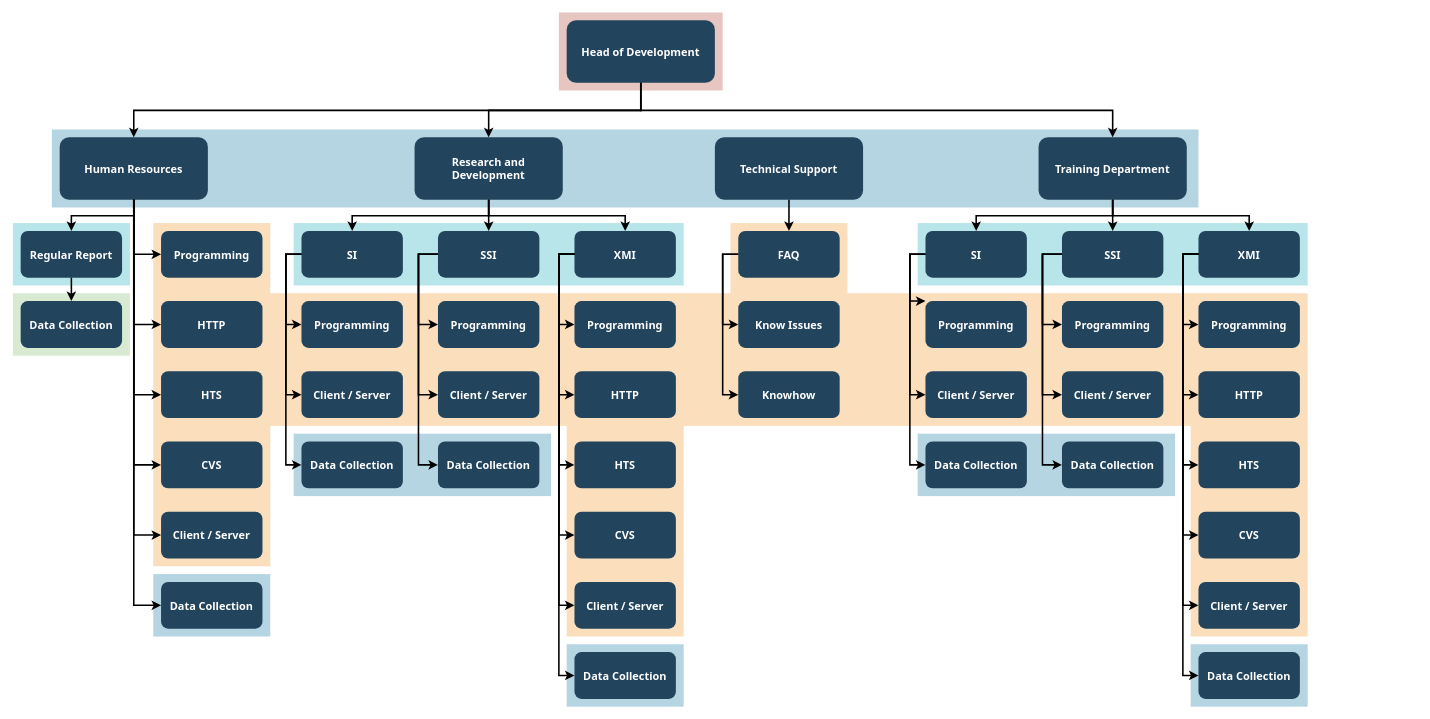
Earlier version of the draw.io diagram Untitled Diagram.drawio (axlshezard/bases-de-datos). Source tidied: cells renumbered, new cells numbered last; positions are measured from the earlier drawing's top-left corner, leaving out a move shared by most shapes. Both pictures are drawn from the tidied source at 78%, with x=0, y=0 at pixel (12, 12).
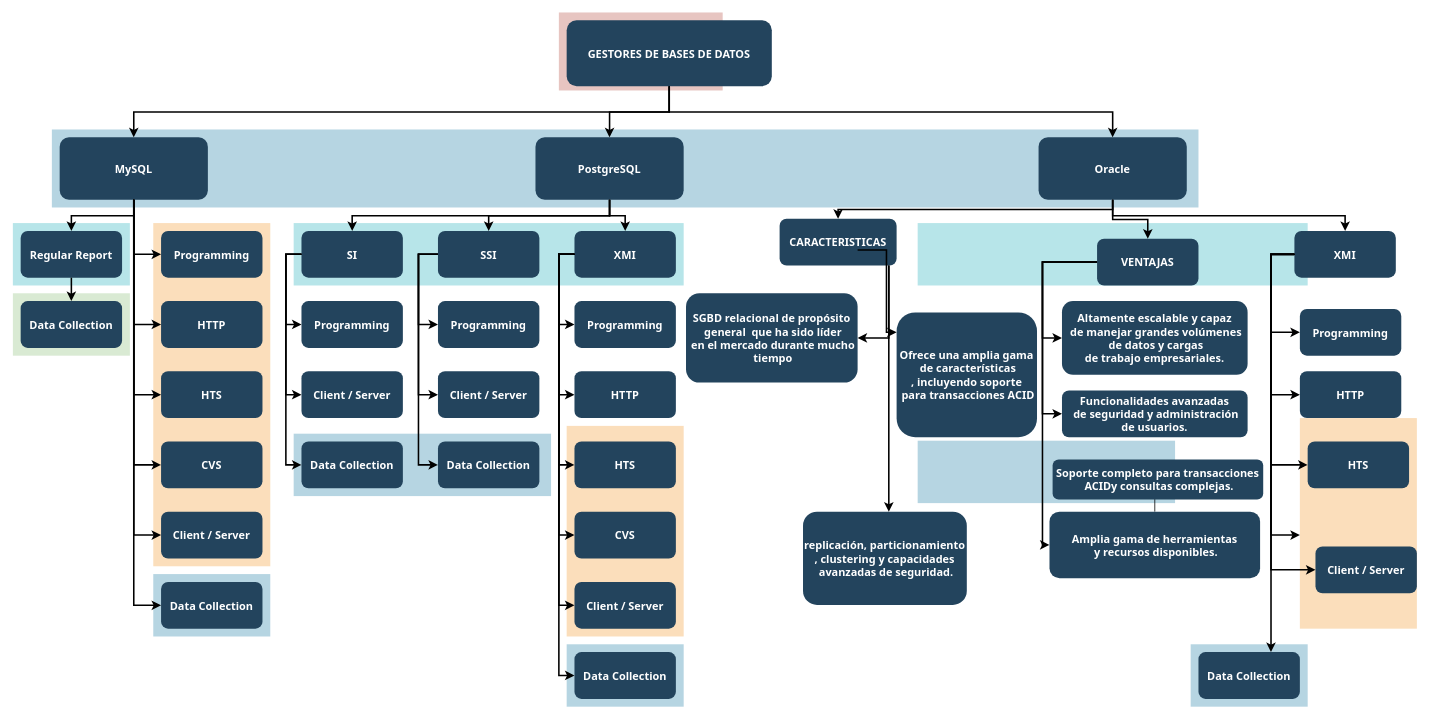
Above is the later version.

The change refers to these unchanged cells:
```xml
<mxCell id="64" value="Data Collection" style="rounded=1;fillColor=#23445D;gradientColor=none;strokeColor=none;fontColor=#FFFFFF;fontStyle=1;fontFamily=Tahoma;fontSize=14;" parent="1" vertex="1">
  <mxGeometry x="1520" y="819.5" width="130" height="60" as="geometry" />
</mxCell>
```

What changed in the source:
```diff
@@
     <mxCell id="4" style="fillColor=#F2931E;strokeColor=none;opacity=30;" parent="1" vertex="1">
-      <mxGeometry x="1510" y="529.5" width="150" height="270" as="geometry" />
+      <mxGeometry x="1650" y="519.5" width="150" height="270" as="geometry" />
     </mxCell>
-    <mxCell id="5" style="fillColor=#F2931E;strokeColor=none;opacity=30;" parent="1" vertex="1">
-      <mxGeometry x="920" y="269.5" width="150" height="90" as="geometry" />
-    </mxCell>
@@
-    <mxCell id="8" style="fillColor=#F2931E;strokeColor=none;opacity=30;" parent="1" vertex="1">
-      <mxGeometry x="330" y="359.5" width="1330" height="170" as="geometry" />
-    </mxCell>
@@
     <mxCell id="10" style="fillColor=#10739E;strokeColor=none;opacity=30;" parent="1" vertex="1">
-      <mxGeometry x="1160" y="539.5" width="330" height="80" as="geometry" />
+      <mxGeometry x="1160" y="548.5" width="330" height="80" as="geometry" />
     </mxCell>
@@
-    <mxCell id="18" value="Head of Development" style="rounded=1;fillColor=#23445D;gradientColor=none;strokeColor=none;fontColor=#FFFFFF;fontStyle=1;fontFamily=Tahoma;fontSize=14;" parent="1" vertex="1">
-      <mxGeometry x="710" y="9.5" width="190" height="80" as="geometry" />
+    <mxCell id="18" value="GESTORES DE BASES DE DATOS" style="rounded=1;fillColor=#23445D;gradientColor=none;strokeColor=none;fontColor=#FFFFFF;fontStyle=1;fontFamily=Tahoma;fontSize=14;" parent="1" vertex="1">
+      <mxGeometry x="710" y="9.5" width="263" height="84.5" as="geometry" />
     </mxCell>
-    <mxCell id="19" value="Training Department" style="rounded=1;fillColor=#23445D;gradientColor=none;strokeColor=none;fontColor=#FFFFFF;fontStyle=1;fontFamily=Tahoma;fontSize=14;" parent="1" vertex="1">
+    <mxCell id="19" value="Oracle" style="rounded=1;fillColor=#23445D;gradientColor=none;strokeColor=none;fontColor=#FFFFFF;fontStyle=1;fontFamily=Tahoma;fontSize=14;" parent="1" vertex="1">
       <mxGeometry x="1315" y="159.5" width="190" height="80" as="geometry" />
     </mxCell>
@@
-    <mxCell id="21" value="Technical Support" style="rounded=1;fillColor=#23445D;gradientColor=none;strokeColor=none;fontColor=#FFFFFF;fontStyle=1;fontFamily=Tahoma;fontSize=14;" parent="1" vertex="1">
-      <mxGeometry x="900" y="159.5" width="190" height="80" as="geometry" />
-    </mxCell>
-    <mxCell id="22" value="Research and &#10;Development" style="rounded=1;fillColor=#23445D;gradientColor=none;strokeColor=none;fontColor=#FFFFFF;fontStyle=1;fontFamily=Tahoma;fontSize=14;" parent="1" vertex="1">
-      <mxGeometry x="515" y="159.5" width="190" height="80" as="geometry" />
+    <mxCell id="22" value="PostgreSQL" style="rounded=1;fillColor=#23445D;gradientColor=none;strokeColor=none;fontColor=#FFFFFF;fontStyle=1;fontFamily=Tahoma;fontSize=14;" parent="1" vertex="1">
+      <mxGeometry x="670" y="159.5" width="190" height="80" as="geometry" />
     </mxCell>
-    <mxCell id="23" value="Human Resources" style="rounded=1;fillColor=#23445D;gradientColor=none;strokeColor=none;fontColor=#FFFFFF;fontStyle=1;fontFamily=Tahoma;fontSize=14;" parent="1" vertex="1">
+    <mxCell id="23" value="MySQL" style="rounded=1;fillColor=#23445D;gradientColor=none;strokeColor=none;fontColor=#FFFFFF;fontStyle=1;fontFamily=Tahoma;fontSize=14;" parent="1" vertex="1">
       <mxGeometry x="60" y="159.5" width="190" height="80" as="geometry" />
     </mxCell>
@@
-    <mxCell id="47" value="FAQ" style="rounded=1;fillColor=#23445D;gradientColor=none;strokeColor=none;fontColor=#FFFFFF;fontStyle=1;fontFamily=Tahoma;fontSize=14;" parent="1" vertex="1">
-      <mxGeometry x="930" y="279.5" width="130" height="60" as="geometry" />
-    </mxCell>
-    <mxCell id="48" value="Know Issues" style="rounded=1;fillColor=#23445D;gradientColor=none;strokeColor=none;fontColor=#FFFFFF;fontStyle=1;fontFamily=Tahoma;fontSize=14;" parent="1" vertex="1">
-      <mxGeometry x="930" y="369.5" width="130" height="60" as="geometry" />
-    </mxCell>
-    <mxCell id="49" value="Knowhow" style="rounded=1;fillColor=#23445D;gradientColor=none;strokeColor=none;fontColor=#FFFFFF;fontStyle=1;fontFamily=Tahoma;fontSize=14;" parent="1" vertex="1">
-      <mxGeometry x="930" y="459.5" width="130" height="60" as="geometry" />
-    </mxCell>
-    <mxCell id="50" value="SI" style="rounded=1;fillColor=#23445D;gradientColor=none;strokeColor=none;fontColor=#FFFFFF;fontStyle=1;fontFamily=Tahoma;fontSize=14;" parent="1" vertex="1">
-      <mxGeometry x="1170" y="279.5" width="130" height="60" as="geometry" />
+    <mxCell id="50" value="CARACTERISTICAS" style="rounded=1;fillColor=#23445D;gradientColor=none;strokeColor=none;fontColor=#FFFFFF;fontStyle=1;fontFamily=Tahoma;fontSize=14;" parent="1" vertex="1">
+      <mxGeometry x="983" y="264" width="150" height="60" as="geometry" />
     </mxCell>
-    <mxCell id="51" value="Programming" style="rounded=1;fillColor=#23445D;gradientColor=none;strokeColor=none;fontColor=#FFFFFF;fontStyle=1;fontFamily=Tahoma;fontSize=14;" parent="1" vertex="1">
-      <mxGeometry x="1170" y="369.5" width="130" height="60" as="geometry" />
+    <mxCell id="51" value="SGBD relacional de propósito&#10; general  que ha sido líder&#10; en el mercado durante mucho&#10; tiempo" style="rounded=1;fillColor=#23445D;gradientColor=none;strokeColor=none;fontColor=#FFFFFF;fontStyle=1;fontFamily=Tahoma;fontSize=14;" parent="1" vertex="1">
+      <mxGeometry x="863" y="359.5" width="220" height="114.5" as="geometry" />
     </mxCell>
-    <mxCell id="52" value="Client / Server" style="rounded=1;fillColor=#23445D;gradientColor=none;strokeColor=none;fontColor=#FFFFFF;fontStyle=1;fontFamily=Tahoma;fontSize=14;" parent="1" vertex="1">
-      <mxGeometry x="1170" y="459.5" width="130" height="60" as="geometry" />
+    <mxCell id="52" value="Ofrece una amplia gama&#10; de características&#10;, incluyendo soporte&#10; para transacciones ACID" style="rounded=1;fillColor=#23445D;gradientColor=none;strokeColor=none;fontColor=#FFFFFF;fontStyle=1;fontFamily=Tahoma;fontSize=14;" parent="1" vertex="1">
+      <mxGeometry x="1133" y="384" width="180" height="160" as="geometry" />
     </mxCell>
-    <mxCell id="53" value="Data Collection" style="rounded=1;fillColor=#23445D;gradientColor=none;strokeColor=none;fontColor=#FFFFFF;fontStyle=1;fontFamily=Tahoma;fontSize=14;" parent="1" vertex="1">
-      <mxGeometry x="1170" y="549.5" width="130" height="60" as="geometry" />
+    <mxCell id="53" value=" replicación, particionamiento&#10;, clustering y capacidades&#10; avanzadas de seguridad." style="rounded=1;fillColor=#23445D;gradientColor=none;strokeColor=none;fontColor=#FFFFFF;fontStyle=1;fontFamily=Tahoma;fontSize=14;" parent="1" vertex="1">
+      <mxGeometry x="1013" y="639.5" width="210" height="119.5" as="geometry" />
     </mxCell>
-    <mxCell id="54" value="SSI" style="rounded=1;fillColor=#23445D;gradientColor=none;strokeColor=none;fontColor=#FFFFFF;fontStyle=1;fontFamily=Tahoma;fontSize=14;" parent="1" vertex="1">
-      <mxGeometry x="1345" y="279.5" width="130" height="60" as="geometry" />
+    <mxCell id="54" value="VENTAJAS" style="rounded=1;fillColor=#23445D;gradientColor=none;strokeColor=none;fontColor=#FFFFFF;fontStyle=1;fontFamily=Tahoma;fontSize=14;" parent="1" vertex="1">
+      <mxGeometry x="1390" y="289.5" width="130" height="60" as="geometry" />
     </mxCell>
-    <mxCell id="55" value="Programming" style="rounded=1;fillColor=#23445D;gradientColor=none;strokeColor=none;fontColor=#FFFFFF;fontStyle=1;fontFamily=Tahoma;fontSize=14;" parent="1" vertex="1">
-      <mxGeometry x="1345" y="369.5" width="130" height="60" as="geometry" />
+    <mxCell id="55" value="Altamente escalable y capaz&#10; de manejar grandes volúmenes&#10; de datos y cargas &#10;de trabajo empresariales." style="rounded=1;fillColor=#23445D;gradientColor=none;strokeColor=none;fontColor=#FFFFFF;fontStyle=1;fontFamily=Tahoma;fontSize=14;" parent="1" vertex="1">
+      <mxGeometry x="1345" y="369.5" width="238" height="94.5" as="geometry" />
     </mxCell>
-    <mxCell id="56" value="Client / Server" style="rounded=1;fillColor=#23445D;gradientColor=none;strokeColor=none;fontColor=#FFFFFF;fontStyle=1;fontFamily=Tahoma;fontSize=14;" parent="1" vertex="1">
-      <mxGeometry x="1345" y="459.5" width="130" height="60" as="geometry" />
+    <mxCell id="56" value="Funcionalidades avanzadas&#10; de seguridad y administración&#10;de usuarios." style="rounded=1;fillColor=#23445D;gradientColor=none;strokeColor=none;fontColor=#FFFFFF;fontStyle=1;fontFamily=Tahoma;fontSize=14;" parent="1" vertex="1">
+      <mxGeometry x="1345" y="484" width="238" height="60" as="geometry" />
     </mxCell>
+    <mxCell id="108" style="edgeStyle=orthogonalEdgeStyle;rounded=0;jettySize=auto;html=1;" parent="1" edge="1" source="57" target="109">
+      <mxGeometry relative="1" as="geometry" />
+    </mxCell>
-    <mxCell id="57" value="Data Collection" style="rounded=1;fillColor=#23445D;gradientColor=none;strokeColor=none;fontColor=#FFFFFF;fontStyle=1;fontFamily=Tahoma;fontSize=14;" parent="1" vertex="1">
-      <mxGeometry x="1345" y="549.5" width="130" height="60" as="geometry" />
+    <mxCell id="57" value="Amplia gama de herramientas&#10; y recursos disponibles." style="rounded=1;fillColor=#23445D;gradientColor=none;strokeColor=none;fontColor=#FFFFFF;fontStyle=1;fontFamily=Tahoma;fontSize=14;" parent="1" vertex="1">
+      <mxGeometry x="1329" y="639.5" width="270" height="85.2" as="geometry" />
     </mxCell>
     <mxCell id="58" value="XMI" style="rounded=1;fillColor=#23445D;gradientColor=none;strokeColor=none;fontColor=#FFFFFF;fontStyle=1;fontFamily=Tahoma;fontSize=14;" parent="1" vertex="1">
-      <mxGeometry x="1520" y="279.5" width="130" height="60" as="geometry" />
+      <mxGeometry x="1643" y="279.5" width="130" height="60" as="geometry" />
     </mxCell>
     <mxCell id="59" value="Programming" style="rounded=1;fillColor=#23445D;gradientColor=none;strokeColor=none;fontColor=#FFFFFF;fontStyle=1;fontFamily=Tahoma;fontSize=14;" parent="1" vertex="1">
-      <mxGeometry x="1520" y="369.5" width="130" height="60" as="geometry" />
+      <mxGeometry x="1650" y="379.5" width="130" height="60" as="geometry" />
     </mxCell>
     <mxCell id="60" value="HTTP" style="rounded=1;fillColor=#23445D;gradientColor=none;strokeColor=none;fontColor=#FFFFFF;fontStyle=1;fontFamily=Tahoma;fontSize=14;" parent="1" vertex="1">
-      <mxGeometry x="1520" y="459.5" width="130" height="60" as="geometry" />
+      <mxGeometry x="1650" y="459.5" width="130" height="60" as="geometry" />
     </mxCell>
     <mxCell id="61" value="HTS" style="rounded=1;fillColor=#23445D;gradientColor=none;strokeColor=none;fontColor=#FFFFFF;fontStyle=1;fontFamily=Tahoma;fontSize=14;" parent="1" vertex="1">
-      <mxGeometry x="1520" y="549.5" width="130" height="60" as="geometry" />
+      <mxGeometry x="1660" y="549.5" width="130" height="60" as="geometry" />
     </mxCell>
-    <mxCell id="62" value="CVS" style="rounded=1;fillColor=#23445D;gradientColor=none;strokeColor=none;fontColor=#FFFFFF;fontStyle=1;fontFamily=Tahoma;fontSize=14;" parent="1" vertex="1">
-      <mxGeometry x="1520" y="639.5" width="130" height="60" as="geometry" />
-    </mxCell>
     <mxCell id="63" value="Client / Server" style="rounded=1;fillColor=#23445D;gradientColor=none;strokeColor=none;fontColor=#FFFFFF;fontStyle=1;fontFamily=Tahoma;fontSize=14;" parent="1" vertex="1">
-      <mxGeometry x="1520" y="729.5" width="130" height="60" as="geometry" />
+      <mxGeometry x="1670" y="684" width="130" height="60" as="geometry" />
     </mxCell>
@@
-    <mxCell id="86" style="edgeStyle=elbowEdgeStyle;elbow=horizontal;strokeWidth=2;rounded=0;" parent="1" edge="1" source="47" target="48">
-      <mxGeometry x="-23" y="135.5" as="geometry">
-        <Array as="points">
-          <mxPoint x="910" y="359.5" />
-        </Array>
-      </mxGeometry>
-    </mxCell>
-    <mxCell id="87" style="edgeStyle=elbowEdgeStyle;elbow=horizontal;strokeWidth=2;rounded=0;" parent="1" edge="1" source="47" target="49">
-      <mxGeometry x="-23" y="135.5" as="geometry">
-        <Array as="points">
-          <mxPoint x="910" y="409.5" />
-        </Array>
-      </mxGeometry>
-    </mxCell>
     <mxCell id="88" style="edgeStyle=elbowEdgeStyle;elbow=horizontal;strokeWidth=2;rounded=0;" parent="1" edge="1" source="50" target="51">
       <mxGeometry x="-23" y="135.5" as="geometry">
         <Array as="points">
+          <mxPoint x="1123" y="334" />
           <mxPoint x="1150" y="369.5" />
         </Array>
       </mxGeometry>
     </mxCell>
-    <mxCell id="89" style="edgeStyle=elbowEdgeStyle;elbow=horizontal;strokeWidth=2;rounded=0;" parent="1" edge="1" source="50" target="52">
+    <mxCell id="89" style="edgeStyle=elbowEdgeStyle;elbow=horizontal;strokeWidth=2;rounded=0;" parent="1" edge="1" target="52">
       <mxGeometry x="-23" y="135.5" as="geometry">
+        <mxPoint x="1083" y="304" as="sourcePoint" />
         <Array as="points">
-          <mxPoint x="1150" y="399.5" />
+          <mxPoint x="1120" y="409.5" />
         </Array>
       </mxGeometry>
     </mxCell>
     <mxCell id="90" style="edgeStyle=elbowEdgeStyle;elbow=horizontal;strokeWidth=2;rounded=0;" parent="1" edge="1" source="50" target="53">
       <mxGeometry x="-23" y="135.5" as="geometry">
         <Array as="points">
+          <mxPoint x="1123" y="424" />
           <mxPoint x="1150" y="449.5" />
         </Array>
       </mxGeometry>
     </mxCell>
@@
     <mxCell id="94" style="edgeStyle=elbowEdgeStyle;elbow=horizontal;strokeWidth=2;rounded=0;" parent="1" edge="1" source="58" target="59">
       <mxGeometry x="-23" y="135.5" as="geometry">
         <Array as="points">
+          <mxPoint x="1613" y="364" />
           <mxPoint x="1500" y="359.5" />
         </Array>
       </mxGeometry>
     </mxCell>
     <mxCell id="95" style="edgeStyle=elbowEdgeStyle;elbow=horizontal;strokeWidth=2;rounded=0;" parent="1" edge="1" source="58" target="60">
       <mxGeometry x="-23" y="135.5" as="geometry">
         <Array as="points">
+          <mxPoint x="1613" y="454" />
           <mxPoint x="1500" y="399.5" />
         </Array>
       </mxGeometry>
     </mxCell>
     <mxCell id="96" style="edgeStyle=elbowEdgeStyle;elbow=horizontal;strokeWidth=2;rounded=0;" parent="1" edge="1" source="58" target="61">
       <mxGeometry x="-23" y="135.5" as="geometry">
         <Array as="points">
+          <mxPoint x="1613" y="514" />
           <mxPoint x="1500" y="449.5" />
         </Array>
       </mxGeometry>
     </mxCell>
-    <mxCell id="97" style="edgeStyle=elbowEdgeStyle;elbow=horizontal;strokeWidth=2;rounded=0;" parent="1" edge="1" source="58" target="62">
-      <mxGeometry x="-23" y="135.5" as="geometry">
-        <Array as="points">
-          <mxPoint x="1500" y="499.5" />
-        </Array>
-      </mxGeometry>
-    </mxCell>
     <mxCell id="98" style="edgeStyle=elbowEdgeStyle;elbow=horizontal;strokeWidth=2;rounded=0;" parent="1" edge="1" source="58" target="63">
       <mxGeometry x="-23" y="135.5" as="geometry">
         <Array as="points">
+          <mxPoint x="1613" y="524" />
           <mxPoint x="1500" y="549.5" />
         </Array>
       </mxGeometry>
     </mxCell>
     <mxCell id="99" style="edgeStyle=elbowEdgeStyle;elbow=horizontal;strokeWidth=2;rounded=0;" parent="1" edge="1" source="58" target="64">
       <mxGeometry x="-23" y="135.5" as="geometry">
         <Array as="points">
+          <mxPoint x="1613" y="544" />
           <mxPoint x="1500" y="589.5" />
         </Array>
       </mxGeometry>
     </mxCell>
@@
-    <mxCell id="103" style="edgeStyle=elbowEdgeStyle;elbow=vertical;strokeWidth=2;rounded=0;" parent="1" edge="1" source="21" target="47">
-      <mxGeometry x="-23" y="135.5" as="geometry" />
-    </mxCell>
@@
+    <mxCell id="109" value="Soporte completo para transacciones&#10; ACIDy consultas complejas." style="rounded=1;fillColor=#23445D;gradientColor=none;strokeColor=none;fontColor=#FFFFFF;fontStyle=1;fontFamily=Tahoma;fontSize=14;" parent="1" vertex="1">
+      <mxGeometry x="1333" y="572.5" width="270" height="51.5" as="geometry" />
+    </mxCell>
+    <mxCell id="110" style="edgeStyle=elbowEdgeStyle;elbow=horizontal;strokeWidth=2;rounded=0;" parent="1" edge="1">
+      <mxGeometry x="-23" y="135.5" as="geometry">
+        <mxPoint x="1643" y="310" as="sourcePoint" />
+        <mxPoint x="1650" y="669.5" as="targetPoint" />
+        <Array as="points">
+          <mxPoint x="1613" y="524" />
+          <mxPoint x="1500" y="499.5" />
+        </Array>
+      </mxGeometry>
+    </mxCell>
```
